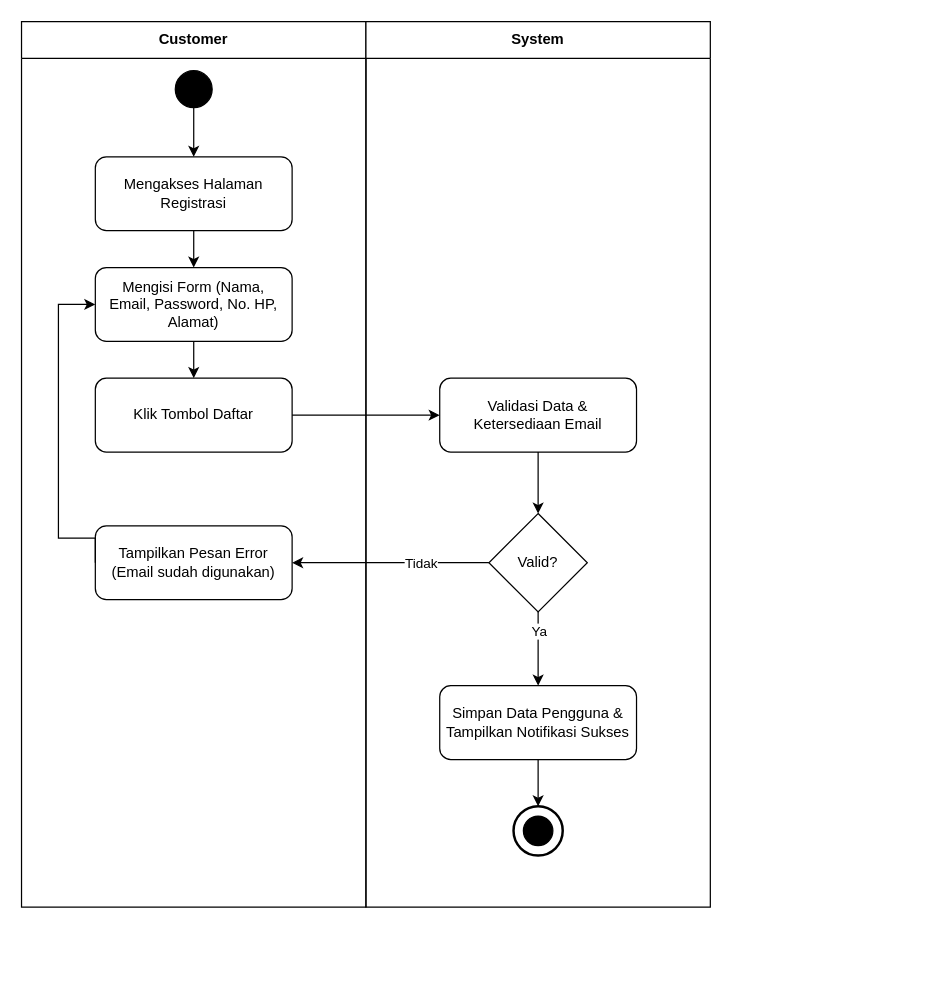
Fahrul23/BenuaKertasApps keeps this draw.io diagram as client/src/diagram/activity/AD_0_Registrasi_Akun.drawio. Above is the earlier version. Source tidied: cells renumbered, new cells numbered last; positions are measured from the earlier drawing's top-left corner, leaving out a move shared by most shapes. Both pictures are drawn from the tidied source at 123%, with x=0, y=0 at pixel (21, 21).
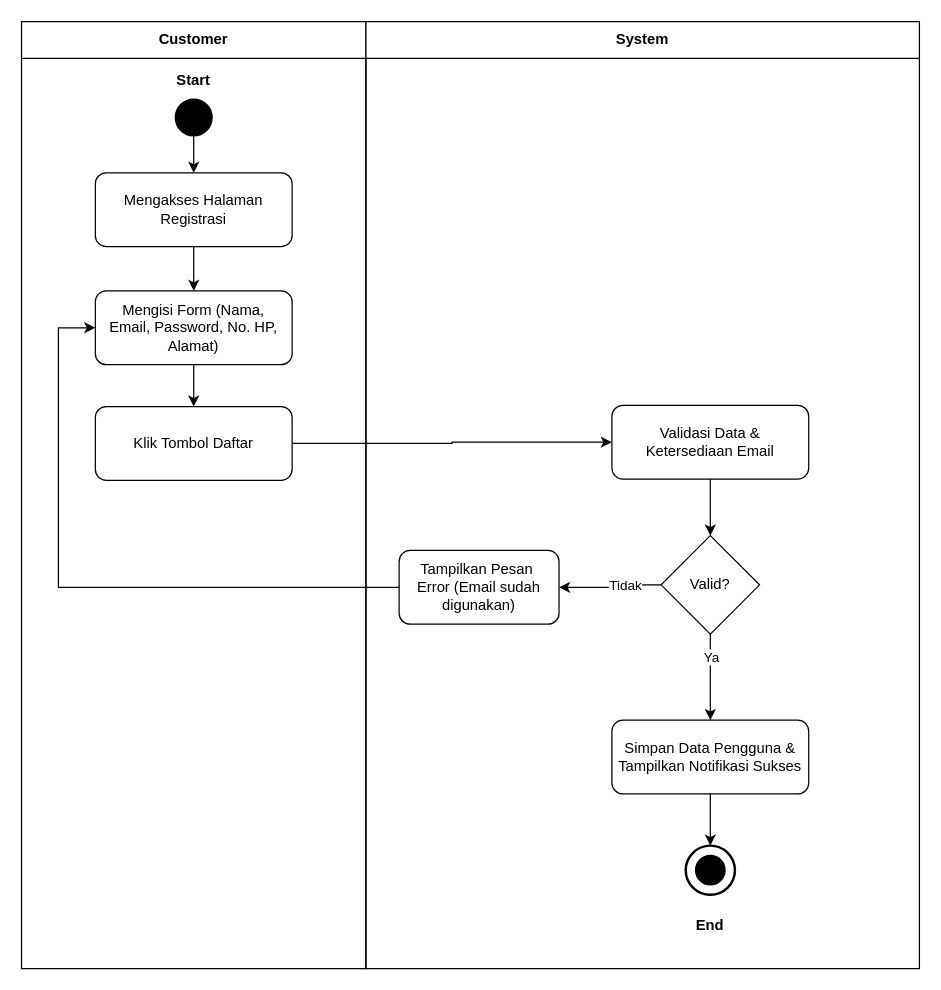
The same diagram, later.

Change to the diagram source:
```diff
@@
     <mxCell id="2" value="Customer" style="swimlane;whiteSpace=wrap;html=1;startSize=30;fillColor=#ffffff;strokeColor=#000000;fontColor=#000000;fontStyle=1;" parent="1" vertex="1">
-      <mxGeometry width="280" height="720" as="geometry" />
+      <mxGeometry width="280" height="770" as="geometry" />
     </mxCell>
-    <mxCell id="3" value="Tampilkan Pesan Error&lt;br&gt;(Email sudah digunakan)" style="rounded=1;whiteSpace=wrap;html=1;fillColor=#ffffff;strokeColor=#000000;fontColor=#000000;" parent="2" vertex="1">
-      <mxGeometry x="60" y="410" width="160" height="60" as="geometry" />
-    </mxCell>
+    <mxCell id="25" value="&lt;b&gt;Start&lt;/b&gt;" style="text;html=1;whiteSpace=wrap;strokeColor=none;fillColor=none;align=center;verticalAlign=middle;rounded=0;" parent="2" vertex="1">
+      <mxGeometry x="110" y="33" width="60" height="30" as="geometry" />
+    </mxCell>
     <mxCell id="4" value="System" style="swimlane;whiteSpace=wrap;html=1;startSize=30;fillColor=#ffffff;strokeColor=#000000;fontColor=#000000;fontStyle=1;" parent="1" vertex="1">
-      <mxGeometry x="280" width="280" height="720" as="geometry" />
+      <mxGeometry x="280" width="450" height="770" as="geometry" />
     </mxCell>
     <mxCell id="5" value="Simpan Data Pengguna &amp;&lt;br&gt;Tampilkan Notifikasi Sukses" style="rounded=1;whiteSpace=wrap;html=1;fillColor=#ffffff;strokeColor=#000000;fontColor=#000000;" parent="4" vertex="1">
-      <mxGeometry x="60" y="540" width="160" height="60" as="geometry" />
+      <mxGeometry x="200" y="568" width="160" height="60" as="geometry" />
     </mxCell>
     <mxCell id="6" value="Valid?" style="rhombus;whiteSpace=wrap;html=1;fillColor=#ffffff;strokeColor=#000000;fontColor=#000000;" parent="4" vertex="1">
-      <mxGeometry x="100" y="400" width="80" height="80" as="geometry" />
+      <mxGeometry x="240" y="418" width="80" height="80" as="geometry" />
     </mxCell>
@@
+    <mxCell id="3" value="Tampilkan Pesan&amp;nbsp;&lt;div&gt;Error (Email sudah digunakan)&lt;/div&gt;" style="rounded=1;whiteSpace=wrap;html=1;fillColor=#ffffff;strokeColor=#000000;fontColor=#000000;" parent="4" vertex="1">
+      <mxGeometry x="27" y="430" width="130" height="60" as="geometry" />
+    </mxCell>
+    <mxCell id="21" style="edgeStyle=orthogonalEdgeStyle;rounded=0;html=1;strokeColor=#000000;" parent="4" edge="1" source="6" target="3">
+      <mxGeometry relative="1" as="geometry" />
+    </mxCell>
+    <mxCell id="22" value="Tidak" style="edgeLabel;html=1;align=center;verticalAlign=middle;backgroundColor=#ffffff;fontColor=#000000;" parent="21" vertex="1">
+      <mxGeometry x="-0.3" relative="1" as="geometry" />
+    </mxCell>
+    <mxCell id="13" value="Validasi Data &amp;&lt;br&gt;Ketersediaan Email" style="rounded=1;whiteSpace=wrap;html=1;fillColor=#ffffff;strokeColor=#000000;fontColor=#000000;" parent="4" vertex="1">
+      <mxGeometry x="200" y="312" width="160" height="60" as="geometry" />
+    </mxCell>
+    <mxCell id="20" style="edgeStyle=orthogonalEdgeStyle;rounded=0;html=1;strokeColor=#000000;" parent="4" edge="1" source="13" target="6">
+      <mxGeometry relative="1" as="geometry" />
+    </mxCell>
+    <mxCell id="26" value="&lt;b&gt;End&lt;/b&gt;" style="text;html=1;whiteSpace=wrap;strokeColor=none;fillColor=none;align=center;verticalAlign=middle;rounded=0;" parent="4" vertex="1">
+      <mxGeometry x="250" y="720" width="60" height="30" as="geometry" />
+    </mxCell>
     <mxCell id="9" style="ellipse;whiteSpace=wrap;html=1;fillColor=#000000;strokeColor=#000000;" parent="1" vertex="1">
-      <mxGeometry x="125" y="40" width="30" height="30" as="geometry" />
+      <mxGeometry x="125" y="63" width="30" height="30" as="geometry" />
     </mxCell>
     <mxCell id="10" value="Mengakses Halaman&lt;br&gt;Registrasi" style="rounded=1;whiteSpace=wrap;html=1;fillColor=#ffffff;strokeColor=#000000;fontColor=#000000;" parent="1" vertex="1">
-      <mxGeometry x="60" y="110" width="160" height="60" as="geometry" />
+      <mxGeometry x="60" y="123" width="160" height="60" as="geometry" />
     </mxCell>
     <mxCell id="11" value="Mengisi Form (Nama,&lt;br&gt;Email, Password, No. HP, Alamat)" style="rounded=1;whiteSpace=wrap;html=1;fillColor=#ffffff;strokeColor=#000000;fontColor=#000000;" parent="1" vertex="1">
-      <mxGeometry x="60" y="200" width="160" height="60" as="geometry" />
+      <mxGeometry x="60" y="219" width="160" height="60" as="geometry" />
     </mxCell>
     <mxCell id="12" value="Klik Tombol Daftar" style="rounded=1;whiteSpace=wrap;html=1;fillColor=#ffffff;strokeColor=#000000;fontColor=#000000;" parent="1" vertex="1">
-      <mxGeometry x="60" y="290" width="160" height="60" as="geometry" />
+      <mxGeometry x="60" y="313" width="160" height="60" as="geometry" />
     </mxCell>
-    <mxCell id="13" value="Validasi Data &amp;&lt;br&gt;Ketersediaan Email" style="rounded=1;whiteSpace=wrap;html=1;fillColor=#ffffff;strokeColor=#000000;fontColor=#000000;" parent="1" vertex="1">
-      <mxGeometry x="340" y="290" width="160" height="60" as="geometry" />
-    </mxCell>
     <mxCell id="14" style="ellipse;whiteSpace=wrap;html=1;strokeWidth=2;fillColor=#ffffff;strokeColor=#000000;" parent="1" vertex="1">
-      <mxGeometry x="400" y="638" width="40" height="40" as="geometry" />
+      <mxGeometry x="540" y="670" width="40" height="40" as="geometry" />
     </mxCell>
@@
-    <mxCell id="20" style="edgeStyle=orthogonalEdgeStyle;rounded=0;html=1;strokeColor=#000000;" parent="1" edge="1" source="13" target="6">
-      <mxGeometry relative="1" as="geometry" />
-    </mxCell>
-    <mxCell id="21" style="edgeStyle=orthogonalEdgeStyle;rounded=0;html=1;strokeColor=#000000;" parent="1" edge="1" source="6" target="3">
-      <mxGeometry relative="1" as="geometry" />
-    </mxCell>
-    <mxCell id="22" value="Tidak" style="edgeLabel;html=1;align=center;verticalAlign=middle;backgroundColor=#ffffff;fontColor=#000000;" parent="21" vertex="1">
-      <mxGeometry x="-0.3" relative="1" as="geometry" />
-    </mxCell>
     <mxCell id="23" style="edgeStyle=orthogonalEdgeStyle;rounded=0;html=1;strokeColor=#000000;exitX=0;exitY=0.5;entryX=0;entryY=0.5;" parent="1" edge="1" source="3" target="11">
       <mxGeometry relative="1" as="geometry">
         <Array as="points">
-          <mxPoint x="30" y="420" />
+          <mxPoint x="300" y="460" />
+          <mxPoint x="30" y="460" />
           <mxPoint x="30" y="230" />
         </Array>
       </mxGeometry>
     </mxCell>
```
